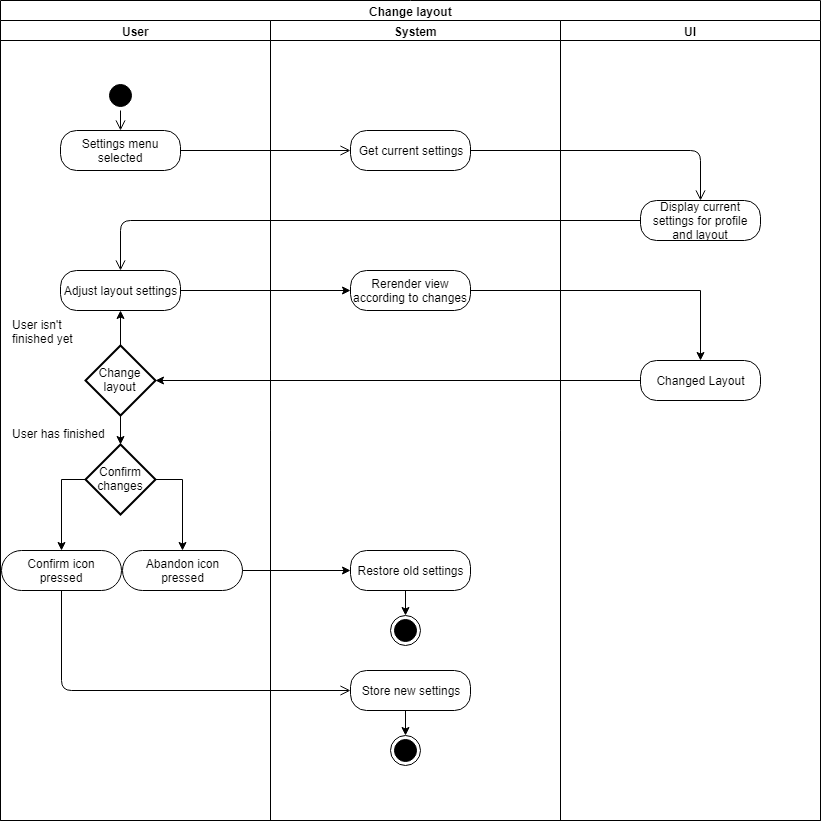
The draw.io diagram docs/specifications/ucs/layout/change_layout/activity_diagrams/change_layout.png in raphaelmue/dashup, before a commit. Source tidied: cells renumbered, new cells last; positions are measured from the earlier drawing's top-left corner, leaving out a move shared by most shapes. The source it was exported from:
```xml
<mxGraphModel background="#ffffff">
  <root>
    <mxCell id="0" />
    <mxCell id="1" parent="0" />
    <mxCell id="2" value="&lt;font style=&quot;font-size: 16px&quot;&gt;User&lt;/font&gt;" style="text;html=1;strokeColor=none;fillColor=none;align=center;verticalAlign=middle;whiteSpace=wrap;rounded=0;" parent="1" vertex="1">
      <mxGeometry x="100" y="20" width="40" height="20" as="geometry" />
    </mxCell>
    <mxCell id="3" value="&lt;font style=&quot;font-size: 18px&quot;&gt;System&lt;/font&gt;" style="text;html=1;strokeColor=none;fillColor=none;align=center;verticalAlign=middle;whiteSpace=wrap;rounded=0;" parent="1" vertex="1">
      <mxGeometry x="405" y="20" width="40" height="20" as="geometry" />
    </mxCell>
    <mxCell id="4" value="&lt;font style=&quot;font-size: 18px&quot;&gt;UI&lt;/font&gt;" style="text;html=1;strokeColor=none;fillColor=none;align=center;verticalAlign=middle;whiteSpace=wrap;rounded=0;" parent="1" vertex="1">
      <mxGeometry x="700" y="20" width="40" height="20" as="geometry" />
    </mxCell>
    <mxCell id="5" style="ellipse;html=1;shape=startState;fillColor=#000000;strokeColor=#000000;" parent="1" vertex="1">
      <mxGeometry x="105" y="80" width="30" height="30" as="geometry" />
    </mxCell>
    <mxCell id="6" style="edgeStyle=orthogonalEdgeStyle;html=1;verticalAlign=bottom;endArrow=open;endSize=8;strokeColor=#000000;exitX=0.5;exitY=1;exitDx=0;exitDy=0;" parent="1" edge="1" source="5">
      <mxGeometry relative="1" as="geometry">
        <mxPoint x="120" y="130" as="targetPoint" />
      </mxGeometry>
    </mxCell>
    <mxCell id="7" value="Settings menu selected" style="rounded=1;whiteSpace=wrap;html=1;arcSize=40;fillColor=#FFFFFF;strokeColor=#000000;" parent="1" vertex="1">
      <mxGeometry x="60" y="130" width="120" height="40" as="geometry" />
    </mxCell>
    <mxCell id="8" style="edgeStyle=orthogonalEdgeStyle;html=1;verticalAlign=bottom;endArrow=open;endSize=8;strokeColor=#000000;" parent="1" edge="1" source="7">
      <mxGeometry relative="1" as="geometry">
        <mxPoint x="350" y="150" as="targetPoint" />
      </mxGeometry>
    </mxCell>
    <mxCell id="9" value="Get current settings" style="rounded=1;whiteSpace=wrap;html=1;arcSize=40;fillColor=#ffffff;strokeColor=#000000;" parent="1" vertex="1">
      <mxGeometry x="350" y="130" width="120" height="40" as="geometry" />
    </mxCell>
    <mxCell id="10" style="edgeStyle=orthogonalEdgeStyle;html=1;verticalAlign=bottom;endArrow=open;endSize=8;strokeColor=#000000;exitX=1;exitY=0.5;exitDx=0;exitDy=0;" parent="1" edge="1" source="9">
      <mxGeometry relative="1" as="geometry">
        <mxPoint x="700" y="200" as="targetPoint" />
        <Array as="points">
          <mxPoint x="700" y="150" />
        </Array>
      </mxGeometry>
    </mxCell>
    <mxCell id="11" value="Display current settings for profile and layout" style="rounded=1;whiteSpace=wrap;html=1;arcSize=40;fillColor=#FFFFFF;strokeColor=#000000;gradientColor=none;" parent="1" vertex="1">
      <mxGeometry x="640" y="200" width="120" height="40" as="geometry" />
    </mxCell>
    <mxCell id="12" style="edgeStyle=orthogonalEdgeStyle;html=1;verticalAlign=bottom;endArrow=open;endSize=8;strokeColor=#000000;entryX=0.5;entryY=0;entryDx=0;entryDy=0;exitX=0;exitY=0.5;exitDx=0;exitDy=0;" parent="1" edge="1" source="11" target="16">
      <mxGeometry relative="1" as="geometry">
        <Array as="points">
          <mxPoint x="120" y="220" />
        </Array>
      </mxGeometry>
    </mxCell>
    <mxCell id="13" value="Change layout" style="swimlane;html=1;startSize=20;" parent="1" vertex="1">
      <mxGeometry width="820" height="820" as="geometry" />
    </mxCell>
    <mxCell id="14" value="User" style="swimlane;html=1;startSize=20;" parent="13" vertex="1">
      <mxGeometry y="20" width="270" height="800" as="geometry" />
    </mxCell>
    <mxCell id="15" value="Confirm icon&lt;br&gt;pressed" style="rounded=1;whiteSpace=wrap;html=1;arcSize=50;fillColor=#FFFFFF;strokeColor=#000000;" parent="14" vertex="1">
      <mxGeometry x="1" y="530" width="120" height="40" as="geometry" />
    </mxCell>
    <mxCell id="16" value="Adjust layout settings" style="rounded=1;whiteSpace=wrap;html=1;arcSize=40;fillColor=#FFFFFF;strokeColor=#000000;" parent="14" vertex="1">
      <mxGeometry x="60" y="250" width="120" height="40" as="geometry" />
    </mxCell>
    <mxCell id="17" style="edgeStyle=orthogonalEdgeStyle;rounded=0;jettySize=auto;html=1;exitX=0.5;exitY=0;exitDx=0;exitDy=0;exitPerimeter=0;entryX=0.5;entryY=1;entryDx=0;entryDy=0;strokeColor=#000000;" parent="14" edge="1" source="18" target="16">
      <mxGeometry relative="1" as="geometry" />
    </mxCell>
    <mxCell id="18" value="Change layout" style="strokeWidth=2;html=1;shape=mxgraph.flowchart.decision;whiteSpace=wrap;fillColor=#FFFFFF;" parent="14" vertex="1">
      <mxGeometry x="85" y="325" width="70" height="70" as="geometry" />
    </mxCell>
    <mxCell id="19" value="User has finished" style="text;html=1;align=left;verticalAlign=top;spacingTop=-4;" parent="14" vertex="1">
      <mxGeometry x="10" y="404" width="110" height="20" as="geometry" />
    </mxCell>
    <mxCell id="20" value="User isn't &lt;br&gt;finished yet" style="text;html=1;align=left;verticalAlign=top;spacingTop=-4;" parent="14" vertex="1">
      <mxGeometry x="10" y="295" width="80" height="30" as="geometry" />
    </mxCell>
    <mxCell id="21" style="edgeStyle=orthogonalEdgeStyle;rounded=0;jettySize=auto;html=1;exitX=0.5;exitY=0;exitDx=0;exitDy=0;exitPerimeter=0;" parent="14" edge="1" source="23" target="25">
      <mxGeometry relative="1" as="geometry" />
    </mxCell>
    <mxCell id="22" style="edgeStyle=orthogonalEdgeStyle;rounded=0;jettySize=auto;html=1;exitX=0.5;exitY=1;exitDx=0;exitDy=0;exitPerimeter=0;entryX=0.5;entryY=0;entryDx=0;entryDy=0;" parent="14" edge="1" source="23" target="15">
      <mxGeometry relative="1" as="geometry" />
    </mxCell>
    <mxCell id="23" value="Confirm&lt;br&gt;changes&lt;br&gt;" style="strokeWidth=2;html=1;shape=mxgraph.flowchart.decision;whiteSpace=wrap;fillColor=#FFFFFF;direction=south;" parent="14" vertex="1">
      <mxGeometry x="85" y="424" width="70" height="70" as="geometry" />
    </mxCell>
    <mxCell id="24" style="edgeStyle=orthogonalEdgeStyle;rounded=0;jettySize=auto;html=1;exitX=0.5;exitY=1;exitDx=0;exitDy=0;exitPerimeter=0;entryX=0;entryY=0.5;entryDx=0;entryDy=0;strokeColor=#000000;entryPerimeter=0;" parent="14" edge="1" source="18" target="23">
      <mxGeometry relative="1" as="geometry" />
    </mxCell>
    <mxCell id="25" value="Abandon icon&lt;br&gt;pressed" style="rounded=1;whiteSpace=wrap;html=1;arcSize=50;fillColor=#FFFFFF;strokeColor=#000000;" parent="14" vertex="1">
      <mxGeometry x="122" y="530" width="120" height="40" as="geometry" />
    </mxCell>
    <mxCell id="26" value="System" style="swimlane;html=1;startSize=20;" parent="13" vertex="1">
      <mxGeometry x="270" y="20" width="290" height="800" as="geometry" />
    </mxCell>
    <mxCell id="27" style="edgeStyle=orthogonalEdgeStyle;rounded=0;jettySize=auto;html=1;exitX=0.5;exitY=1;exitDx=0;exitDy=0;entryX=0.5;entryY=0;entryDx=0;entryDy=0;" parent="26" edge="1" source="28" target="33">
      <mxGeometry relative="1" as="geometry" />
    </mxCell>
    <mxCell id="28" value="Store new settings" style="rounded=1;whiteSpace=wrap;html=1;arcSize=40;fillColor=#FFFFFF;strokeColor=#000000;" parent="26" vertex="1">
      <mxGeometry x="80" y="650" width="120" height="40" as="geometry" />
    </mxCell>
    <mxCell id="29" value="Rerender view according to changes" style="rounded=1;whiteSpace=wrap;html=1;arcSize=40;fillColor=#FFFFFF;strokeColor=#000000;" parent="26" vertex="1">
      <mxGeometry x="80" y="250" width="120" height="40" as="geometry" />
    </mxCell>
    <mxCell id="30" style="edgeStyle=orthogonalEdgeStyle;rounded=0;jettySize=auto;html=1;exitX=0.5;exitY=1;exitDx=0;exitDy=0;entryX=0.5;entryY=0;entryDx=0;entryDy=0;" parent="26" edge="1" source="31" target="32">
      <mxGeometry relative="1" as="geometry" />
    </mxCell>
    <mxCell id="31" value="Restore old settings" style="rounded=1;whiteSpace=wrap;html=1;arcSize=40;fillColor=#FFFFFF;strokeColor=#000000;" parent="26" vertex="1">
      <mxGeometry x="80" y="530" width="120" height="40" as="geometry" />
    </mxCell>
    <mxCell id="32" style="ellipse;html=1;shape=endState;fillColor=#000000;strokeColor=#000000;" parent="26" vertex="1">
      <mxGeometry x="120" y="595" width="30" height="30" as="geometry" />
    </mxCell>
    <mxCell id="33" style="ellipse;html=1;shape=endState;fillColor=#000000;strokeColor=#000000;" parent="26" vertex="1">
      <mxGeometry x="120" y="715" width="30" height="30" as="geometry" />
    </mxCell>
    <mxCell id="34" value="UI" style="swimlane;html=1;startSize=20;" parent="13" vertex="1">
      <mxGeometry x="560" y="20" width="260" height="800" as="geometry" />
    </mxCell>
    <mxCell id="35" value="Changed Layout" style="rounded=1;whiteSpace=wrap;html=1;arcSize=40;fillColor=#FFFFFF;strokeColor=#000000;" parent="34" vertex="1">
      <mxGeometry x="80" y="340" width="120" height="40" as="geometry" />
    </mxCell>
    <mxCell id="36" style="edgeStyle=orthogonalEdgeStyle;html=1;align=left;verticalAlign=top;endArrow=open;endSize=8;strokeColor=#000000;exitX=0.5;exitY=1;exitDx=0;exitDy=0;entryX=0;entryY=0.5;entryDx=0;entryDy=0;" parent="13" edge="1" source="15" target="28">
      <mxGeometry x="-1" relative="1" as="geometry">
        <Array as="points">
          <mxPoint x="61" y="690" />
        </Array>
      </mxGeometry>
    </mxCell>
    <mxCell id="37" style="edgeStyle=orthogonalEdgeStyle;rounded=0;jettySize=auto;html=1;exitX=1;exitY=0.5;exitDx=0;exitDy=0;entryX=0;entryY=0.5;entryDx=0;entryDy=0;" parent="13" edge="1" source="25" target="31">
      <mxGeometry relative="1" as="geometry" />
    </mxCell>
    <mxCell id="38" style="edgeStyle=orthogonalEdgeStyle;rounded=0;jettySize=auto;html=1;exitX=1;exitY=0.5;exitDx=0;exitDy=0;" parent="13" edge="1" source="16" target="29">
      <mxGeometry relative="1" as="geometry" />
    </mxCell>
    <mxCell id="39" style="edgeStyle=orthogonalEdgeStyle;rounded=0;jettySize=auto;html=1;exitX=1;exitY=0.5;exitDx=0;exitDy=0;entryX=0.5;entryY=0;entryDx=0;entryDy=0;" parent="13" edge="1" source="29" target="35">
      <mxGeometry relative="1" as="geometry" />
    </mxCell>
    <mxCell id="40" style="edgeStyle=orthogonalEdgeStyle;rounded=0;jettySize=auto;html=1;exitX=0;exitY=0.5;exitDx=0;exitDy=0;entryX=1;entryY=0.5;entryDx=0;entryDy=0;entryPerimeter=0;" parent="13" edge="1" source="35" target="18">
      <mxGeometry relative="1" as="geometry" />
    </mxCell>
  </root>
</mxGraphModel>
```
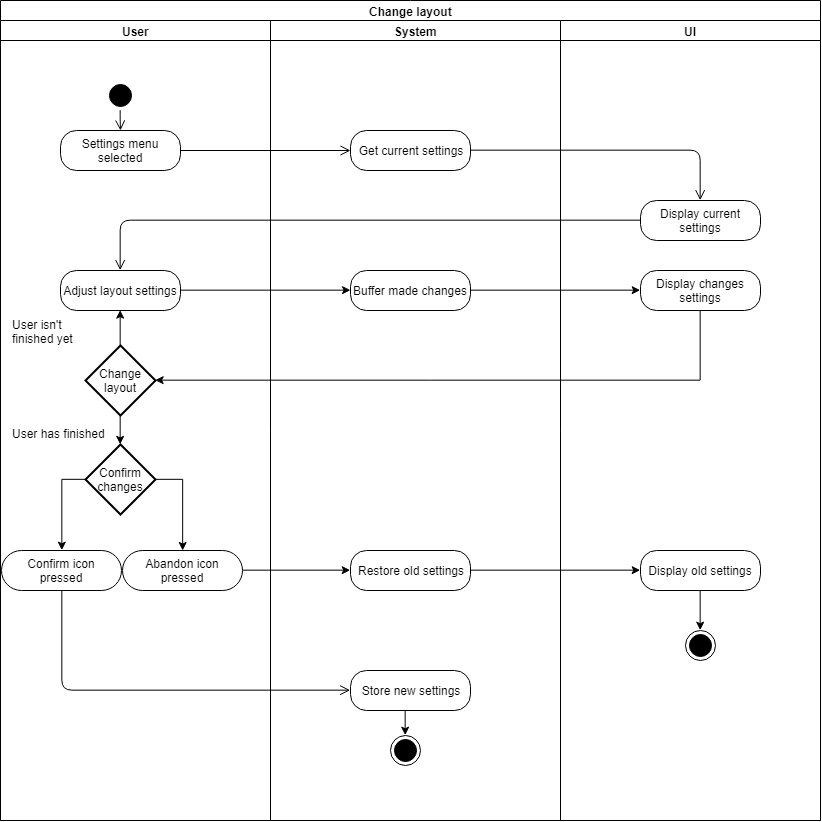
Above is the later version.

Diff of the diagram source:
```diff
@@ -38,7 +38,7 @@
         </Array>
       </mxGeometry>
     </mxCell>
-    <mxCell id="11" value="Display current settings for profile and layout" style="rounded=1;whiteSpace=wrap;html=1;arcSize=40;fillColor=#FFFFFF;strokeColor=#000000;gradientColor=none;" parent="1" vertex="1">
+    <mxCell id="11" value="Display current settings" style="rounded=1;whiteSpace=wrap;html=1;arcSize=40;fillColor=#FFFFFF;strokeColor=#000000;gradientColor=none;" parent="1" vertex="1">
       <mxGeometry x="640" y="200" width="120" height="40" as="geometry" />
     </mxCell>
     <mxCell id="12" style="edgeStyle=orthogonalEdgeStyle;html=1;verticalAlign=bottom;endArrow=open;endSize=8;strokeColor=#000000;entryX=0.5;entryY=0;entryDx=0;entryDy=0;exitX=0;exitY=0.5;exitDx=0;exitDy=0;" parent="1" edge="1" source="11" target="16">
@@ -96,27 +96,34 @@
     <mxCell id="28" value="Store new settings" style="rounded=1;whiteSpace=wrap;html=1;arcSize=40;fillColor=#FFFFFF;strokeColor=#000000;" parent="26" vertex="1">
       <mxGeometry x="80" y="650" width="120" height="40" as="geometry" />
     </mxCell>
-    <mxCell id="29" value="Rerender view according to changes" style="rounded=1;whiteSpace=wrap;html=1;arcSize=40;fillColor=#FFFFFF;strokeColor=#000000;" parent="26" vertex="1">
+    <mxCell id="29" value="Buffer made changes" style="rounded=1;whiteSpace=wrap;html=1;arcSize=40;fillColor=#FFFFFF;strokeColor=#000000;" parent="26" vertex="1">
       <mxGeometry x="80" y="250" width="120" height="40" as="geometry" />
     </mxCell>
-    <mxCell id="30" style="edgeStyle=orthogonalEdgeStyle;rounded=0;jettySize=auto;html=1;exitX=0.5;exitY=1;exitDx=0;exitDy=0;entryX=0.5;entryY=0;entryDx=0;entryDy=0;" parent="26" edge="1" source="31" target="32">
-      <mxGeometry relative="1" as="geometry" />
-    </mxCell>
     <mxCell id="31" value="Restore old settings" style="rounded=1;whiteSpace=wrap;html=1;arcSize=40;fillColor=#FFFFFF;strokeColor=#000000;" parent="26" vertex="1">
       <mxGeometry x="80" y="530" width="120" height="40" as="geometry" />
     </mxCell>
-    <mxCell id="32" style="ellipse;html=1;shape=endState;fillColor=#000000;strokeColor=#000000;" parent="26" vertex="1">
-      <mxGeometry x="120" y="595" width="30" height="30" as="geometry" />
-    </mxCell>
     <mxCell id="33" style="ellipse;html=1;shape=endState;fillColor=#000000;strokeColor=#000000;" parent="26" vertex="1">
       <mxGeometry x="120" y="715" width="30" height="30" as="geometry" />
     </mxCell>
     <mxCell id="34" value="UI" style="swimlane;html=1;startSize=20;" parent="13" vertex="1">
       <mxGeometry x="560" y="20" width="260" height="800" as="geometry" />
     </mxCell>
-    <mxCell id="35" value="Changed Layout" style="rounded=1;whiteSpace=wrap;html=1;arcSize=40;fillColor=#FFFFFF;strokeColor=#000000;" parent="34" vertex="1">
-      <mxGeometry x="80" y="340" width="120" height="40" as="geometry" />
+    <mxCell id="35" value="Display changes settings" style="rounded=1;whiteSpace=wrap;html=1;arcSize=40;fillColor=#FFFFFF;strokeColor=#000000;" parent="34" vertex="1">
+      <mxGeometry x="80" y="250" width="120" height="40" as="geometry" />
     </mxCell>
+    <mxCell id="41" value="Display old settings" style="rounded=1;whiteSpace=wrap;html=1;arcSize=40;fillColor=#FFFFFF;strokeColor=#000000;" parent="34" vertex="1">
+      <mxGeometry x="80" y="530" width="120" height="40" as="geometry" />
+    </mxCell>
+    <mxCell id="32" style="ellipse;html=1;shape=endState;fillColor=#000000;strokeColor=#000000;" parent="34" vertex="1">
+      <mxGeometry x="125" y="610" width="30" height="30" as="geometry" />
+    </mxCell>
+    <mxCell id="30" style="edgeStyle=orthogonalEdgeStyle;rounded=0;jettySize=auto;html=1;exitX=0.5;exitY=1;exitDx=0;exitDy=0;entryX=0.5;entryY=0;entryDx=0;entryDy=0;" parent="34" edge="1" source="41" target="32">
+      <mxGeometry relative="1" as="geometry">
+        <Array as="points">
+          <mxPoint x="140" y="610" />
+        </Array>
+      </mxGeometry>
+    </mxCell>
     <mxCell id="36" style="edgeStyle=orthogonalEdgeStyle;html=1;align=left;verticalAlign=top;endArrow=open;endSize=8;strokeColor=#000000;exitX=0.5;exitY=1;exitDx=0;exitDy=0;entryX=0;entryY=0.5;entryDx=0;entryDy=0;" parent="13" edge="1" source="15" target="28">
       <mxGeometry x="-1" relative="1" as="geometry">
         <Array as="points">
@@ -130,10 +137,13 @@
     <mxCell id="38" style="edgeStyle=orthogonalEdgeStyle;rounded=0;jettySize=auto;html=1;exitX=1;exitY=0.5;exitDx=0;exitDy=0;" parent="13" edge="1" source="16" target="29">
       <mxGeometry relative="1" as="geometry" />
     </mxCell>
+    <mxCell id="42" style="edgeStyle=orthogonalEdgeStyle;rounded=0;jettySize=auto;html=1;exitX=1;exitY=0.5;exitDx=0;exitDy=0;entryX=0;entryY=0.5;entryDx=0;entryDy=0;" parent="13" edge="1" source="31" target="41">
+      <mxGeometry relative="1" as="geometry" />
+    </mxCell>
-    <mxCell id="39" style="edgeStyle=orthogonalEdgeStyle;rounded=0;jettySize=auto;html=1;exitX=1;exitY=0.5;exitDx=0;exitDy=0;entryX=0.5;entryY=0;entryDx=0;entryDy=0;" parent="13" edge="1" source="29" target="35">
+    <mxCell id="39" style="edgeStyle=orthogonalEdgeStyle;rounded=0;jettySize=auto;html=1;exitX=1;exitY=0.5;exitDx=0;exitDy=0;entryX=0;entryY=0.5;entryDx=0;entryDy=0;" parent="13" edge="1" source="29" target="35">
       <mxGeometry relative="1" as="geometry" />
     </mxCell>
-    <mxCell id="40" style="edgeStyle=orthogonalEdgeStyle;rounded=0;jettySize=auto;html=1;exitX=0;exitY=0.5;exitDx=0;exitDy=0;entryX=1;entryY=0.5;entryDx=0;entryDy=0;entryPerimeter=0;" parent="13" edge="1" source="35" target="18">
+    <mxCell id="40" style="edgeStyle=orthogonalEdgeStyle;rounded=0;jettySize=auto;html=1;exitX=0.5;exitY=1;exitDx=0;exitDy=0;entryX=1;entryY=0.5;entryDx=0;entryDy=0;entryPerimeter=0;" parent="13" edge="1" source="35" target="18">
       <mxGeometry relative="1" as="geometry" />
     </mxCell>
   </root>
```
